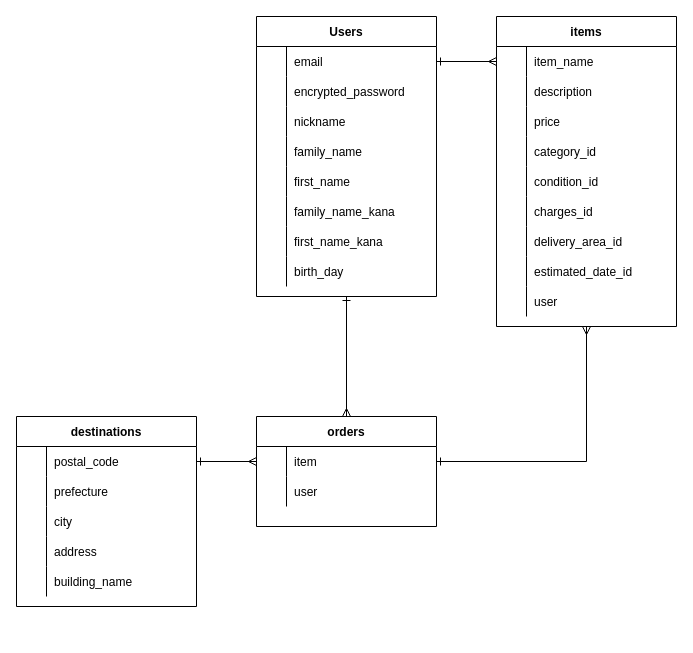
The draw.io diagram ER.dio in Hiromu-Sakamoto/furima-34500, before the edit. Source tidied: cells renumbered, new cells numbered last; positions are measured from the earlier drawing's top-left corner, leaving out a move shared by most shapes. Both pictures are drawn from the tidied source at 100%, with x=0, y=0 at pixel (16, 16).
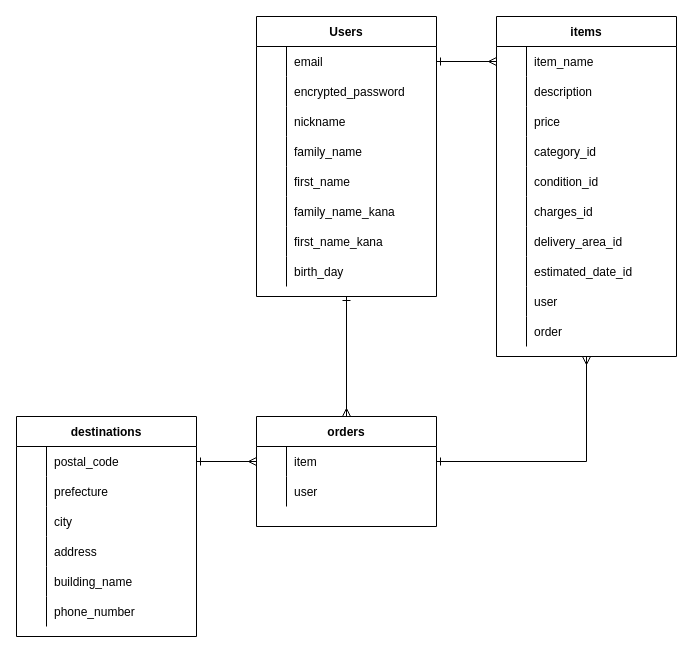
Above is the later version.

Commit message (it also covers changes not shown here):
データベース設計_修正4回目

Change to the diagram source:
```diff
@@
     <mxCell id="28" value="items" style="shape=table;startSize=30;childLayout=tableLayout;rowLines=0;fontStyle=1;align=center;" parent="1" vertex="1">
-      <mxGeometry x="480" width="180" height="310" as="geometry" />
+      <mxGeometry x="480" width="180" height="340" as="geometry" />
     </mxCell>
@@
+    <mxCell id="82" style="shape=partialRectangle;fillColor=none;top=0;left=0;bottom=0;right=0;" parent="28" vertex="1">
+      <mxGeometry y="300" width="180" height="30" as="geometry" />
+    </mxCell>
+    <mxCell id="83" style="shape=partialRectangle;fillColor=none;top=0;left=0;bottom=0;right=0;overflow=hidden;" parent="82" vertex="1">
+      <mxGeometry width="30" height="30" as="geometry" />
+    </mxCell>
+    <mxCell id="84" value="order" style="shape=partialRectangle;fillColor=none;top=0;left=0;bottom=0;right=0;align=left;spacingLeft=6;overflow=hidden;" parent="82" vertex="1">
+      <mxGeometry x="30" width="150" height="30" as="geometry" />
+    </mxCell>
@@
     <mxCell id="63" value="destinations" style="shape=table;startSize=30;childLayout=tableLayout;rowLines=0;fontStyle=1;align=center;" parent="1" vertex="1">
-      <mxGeometry y="400" width="180" height="190" as="geometry" />
+      <mxGeometry y="400" width="180" height="220" as="geometry" />
     </mxCell>
@@
+    <mxCell id="85" style="shape=partialRectangle;fillColor=none;top=0;left=0;bottom=0;right=0;" parent="63" vertex="1">
+      <mxGeometry y="180" width="180" height="30" as="geometry" />
+    </mxCell>
+    <mxCell id="86" style="shape=partialRectangle;fillColor=none;top=0;left=0;bottom=0;right=0;overflow=hidden;" parent="85" vertex="1">
+      <mxGeometry width="30" height="30" as="geometry" />
+    </mxCell>
+    <mxCell id="87" value="phone_number" style="shape=partialRectangle;fillColor=none;top=0;left=0;bottom=0;right=0;align=left;spacingLeft=6;overflow=hidden;" parent="85" vertex="1">
+      <mxGeometry x="30" width="150" height="30" as="geometry" />
+    </mxCell>
```
